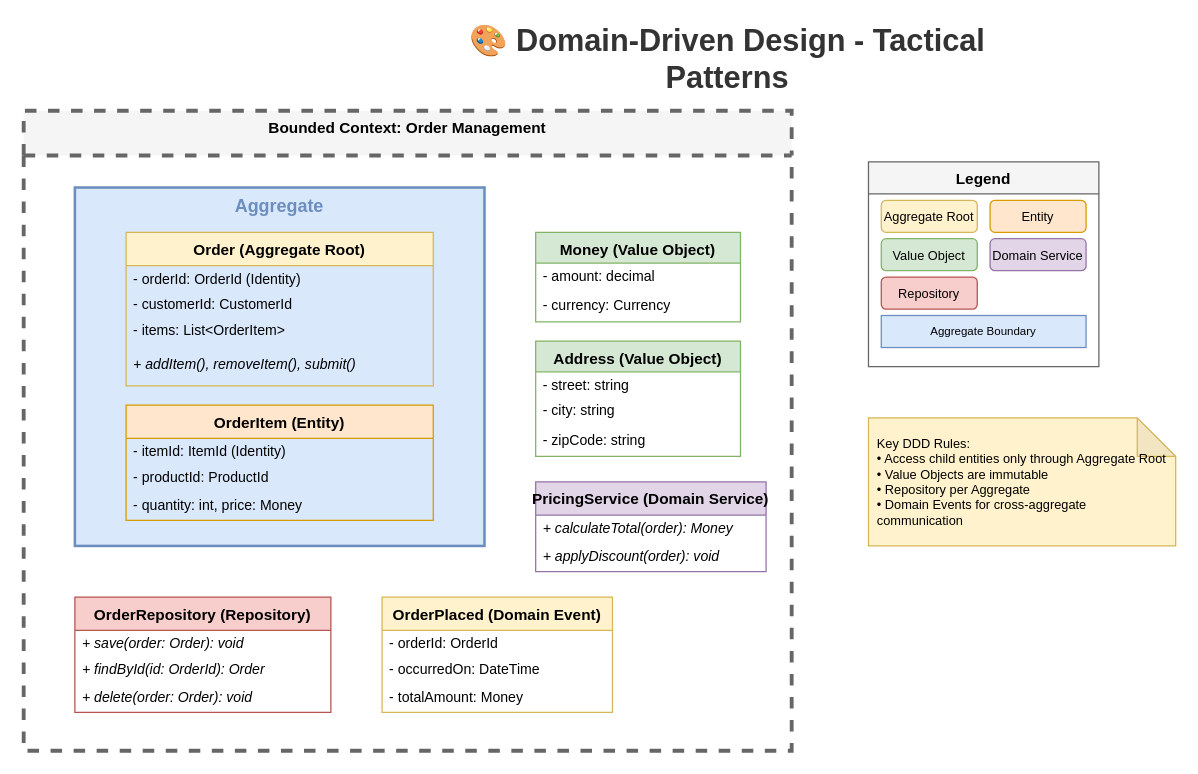
The draw.io diagram lesson-01-software-design-architecture/diagrams/1.5-ddd-bounded-context.drawio in MrParkerZ7/document-lesson-software-architect-x-claude, before the edit. Source tidied: cells renumbered, new cells numbered last; positions are measured from the earlier drawing's top-left corner, leaving out a move shared by most shapes. Both pictures are drawn from the tidied source at 128%, with x=0, y=0 at pixel (23, 33).
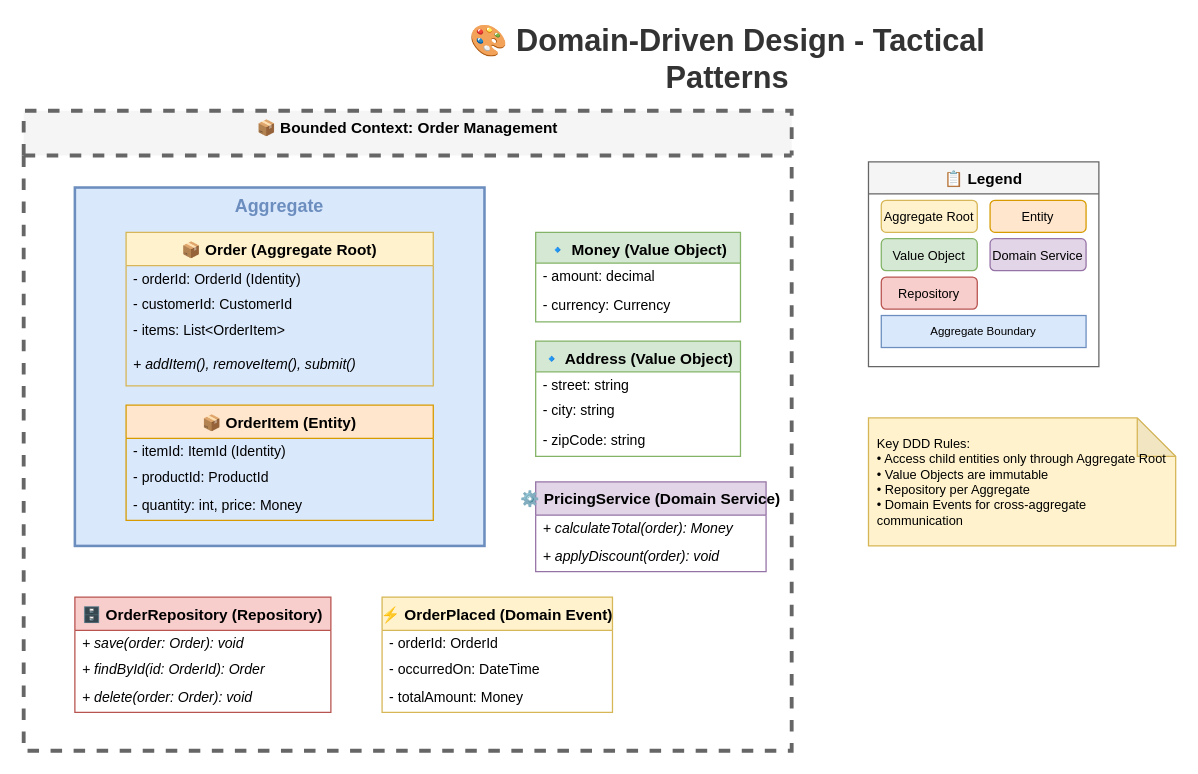
Above is the later version.

The edit, as a diff of the source:
```diff
@@
-    <mxCell id="3" value="Bounded Context: Order Management" style="swimlane;fontStyle=1;align=center;verticalAlign=top;horizontal=1;startSize=35;fillColor=#f5f5f5;strokeColor=#666666;strokeWidth=3;dashed=1;" parent="1" vertex="1">
+    <mxCell id="3" value="📦 Bounded Context: Order Management" style="swimlane;fontStyle=1;align=center;verticalAlign=top;horizontal=1;startSize=35;fillColor=#f5f5f5;strokeColor=#666666;strokeWidth=3;dashed=1;" parent="1" vertex="1">
       <mxGeometry y="60" width="600" height="500" as="geometry" />
     </mxCell>
@@
-    <mxCell id="6" value="Order (Aggregate Root)" style="swimlane;fontStyle=1;align=center;verticalAlign=top;horizontal=1;startSize=26;fillColor=#fff2cc;strokeColor=#d6b656;" parent="1" vertex="1">
+    <mxCell id="6" value="📦 Order (Aggregate Root)" style="swimlane;fontStyle=1;align=center;verticalAlign=top;horizontal=1;startSize=26;fillColor=#fff2cc;strokeColor=#d6b656;" parent="1" vertex="1">
       <mxGeometry x="80" y="155" width="240" height="120" as="geometry" />
     </mxCell>
@@
-    <mxCell id="11" value="OrderItem (Entity)" style="swimlane;fontStyle=1;align=center;verticalAlign=top;horizontal=1;startSize=26;fillColor=#ffe6cc;strokeColor=#d79b00;" parent="1" vertex="1">
+    <mxCell id="11" value="📦 OrderItem (Entity)" style="swimlane;fontStyle=1;align=center;verticalAlign=top;horizontal=1;startSize=26;fillColor=#ffe6cc;strokeColor=#d79b00;" parent="1" vertex="1">
       <mxGeometry x="80" y="290" width="240" height="90" as="geometry" />
     </mxCell>
@@
-    <mxCell id="15" value="Money (Value Object)" style="swimlane;fontStyle=1;align=center;verticalAlign=top;horizontal=1;startSize=24;fillColor=#d5e8d4;strokeColor=#82b366;" parent="1" vertex="1">
+    <mxCell id="15" value="🔹 Money (Value Object)" style="swimlane;fontStyle=1;align=center;verticalAlign=top;horizontal=1;startSize=24;fillColor=#d5e8d4;strokeColor=#82b366;" parent="1" vertex="1">
       <mxGeometry x="400" y="155" width="160" height="70" as="geometry" />
     </mxCell>
@@
-    <mxCell id="18" value="Address (Value Object)" style="swimlane;fontStyle=1;align=center;verticalAlign=top;horizontal=1;startSize=24;fillColor=#d5e8d4;strokeColor=#82b366;" parent="1" vertex="1">
+    <mxCell id="18" value="🔹 Address (Value Object)" style="swimlane;fontStyle=1;align=center;verticalAlign=top;horizontal=1;startSize=24;fillColor=#d5e8d4;strokeColor=#82b366;" parent="1" vertex="1">
       <mxGeometry x="400" y="240" width="160" height="90" as="geometry" />
     </mxCell>
@@
-    <mxCell id="22" value="PricingService (Domain Service)" style="swimlane;fontStyle=1;align=center;verticalAlign=top;horizontal=1;startSize=26;fillColor=#e1d5e7;strokeColor=#9673a6;" parent="1" vertex="1">
+    <mxCell id="22" value="⚙️ PricingService (Domain Service)" style="swimlane;fontStyle=1;align=center;verticalAlign=top;horizontal=1;startSize=26;fillColor=#e1d5e7;strokeColor=#9673a6;" parent="1" vertex="1">
       <mxGeometry x="400" y="350" width="180" height="70" as="geometry" />
     </mxCell>
@@
-    <mxCell id="25" value="OrderRepository (Repository)" style="swimlane;fontStyle=1;align=center;verticalAlign=top;horizontal=1;startSize=26;fillColor=#f8cecc;strokeColor=#b85450;" parent="1" vertex="1">
+    <mxCell id="25" value="🗄️ OrderRepository (Repository)" style="swimlane;fontStyle=1;align=center;verticalAlign=top;horizontal=1;startSize=26;fillColor=#f8cecc;strokeColor=#b85450;" parent="1" vertex="1">
       <mxGeometry x="40" y="440" width="200" height="90" as="geometry" />
     </mxCell>
@@
-    <mxCell id="29" value="OrderPlaced (Domain Event)" style="swimlane;fontStyle=1;align=center;verticalAlign=top;horizontal=1;startSize=26;fillColor=#fff2cc;strokeColor=#d6b656;" parent="1" vertex="1">
+    <mxCell id="29" value="⚡ OrderPlaced (Domain Event)" style="swimlane;fontStyle=1;align=center;verticalAlign=top;horizontal=1;startSize=26;fillColor=#fff2cc;strokeColor=#d6b656;" parent="1" vertex="1">
       <mxGeometry x="280" y="440" width="180" height="90" as="geometry" />
     </mxCell>
@@
-    <mxCell id="33" value="Legend" style="swimlane;fontStyle=1;align=center;verticalAlign=top;horizontal=1;startSize=25;fillColor=#f5f5f5;strokeColor=#666666;" parent="1" vertex="1">
+    <mxCell id="33" value="📋 Legend" style="swimlane;fontStyle=1;align=center;verticalAlign=top;horizontal=1;startSize=25;fillColor=#f5f5f5;strokeColor=#666666;" parent="1" vertex="1">
       <mxGeometry x="660" y="100" width="180" height="160" as="geometry" />
     </mxCell>
```
